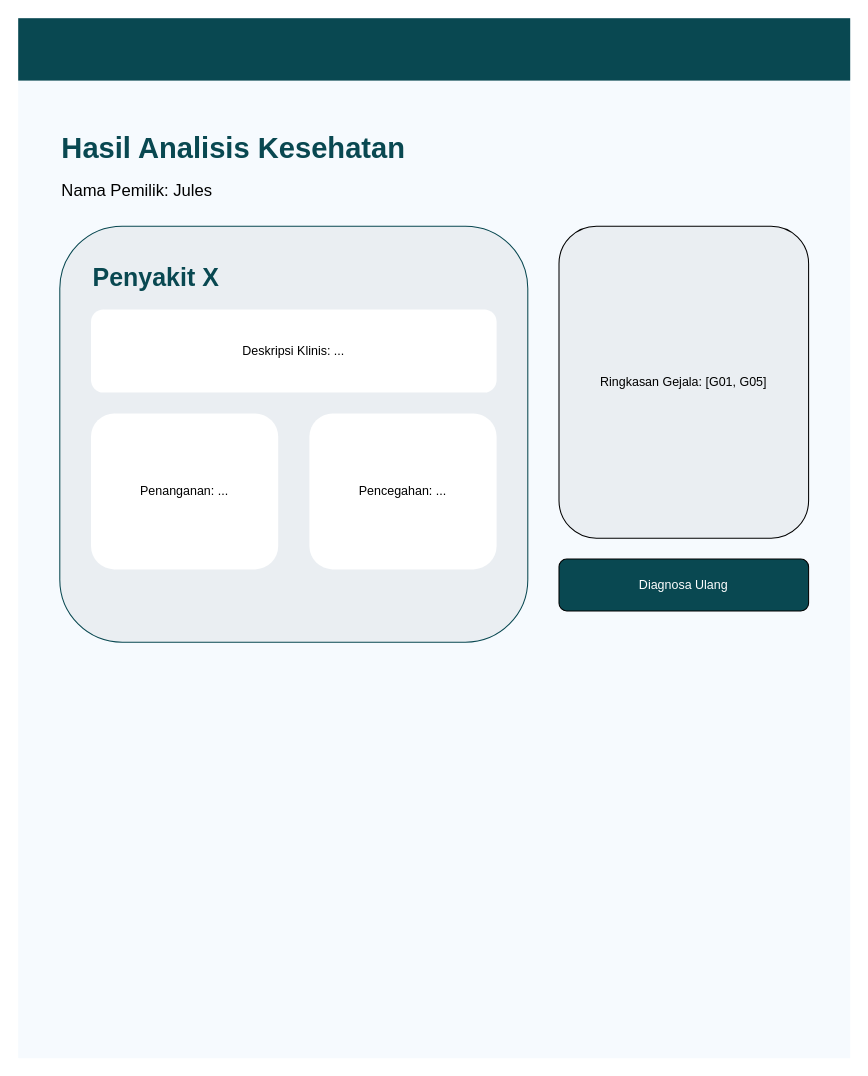
Above: diagram/desain/hasil.drawio in Jinsky/Jinsky (draw.io), before the change. Source tidied: cells renumbered, new cells numbered last; positions are measured from the earlier drawing's top-left corner, leaving out a move shared by most shapes. Both pictures are drawn from the tidied source at 104%, with x=0, y=0 at pixel (18, 18).
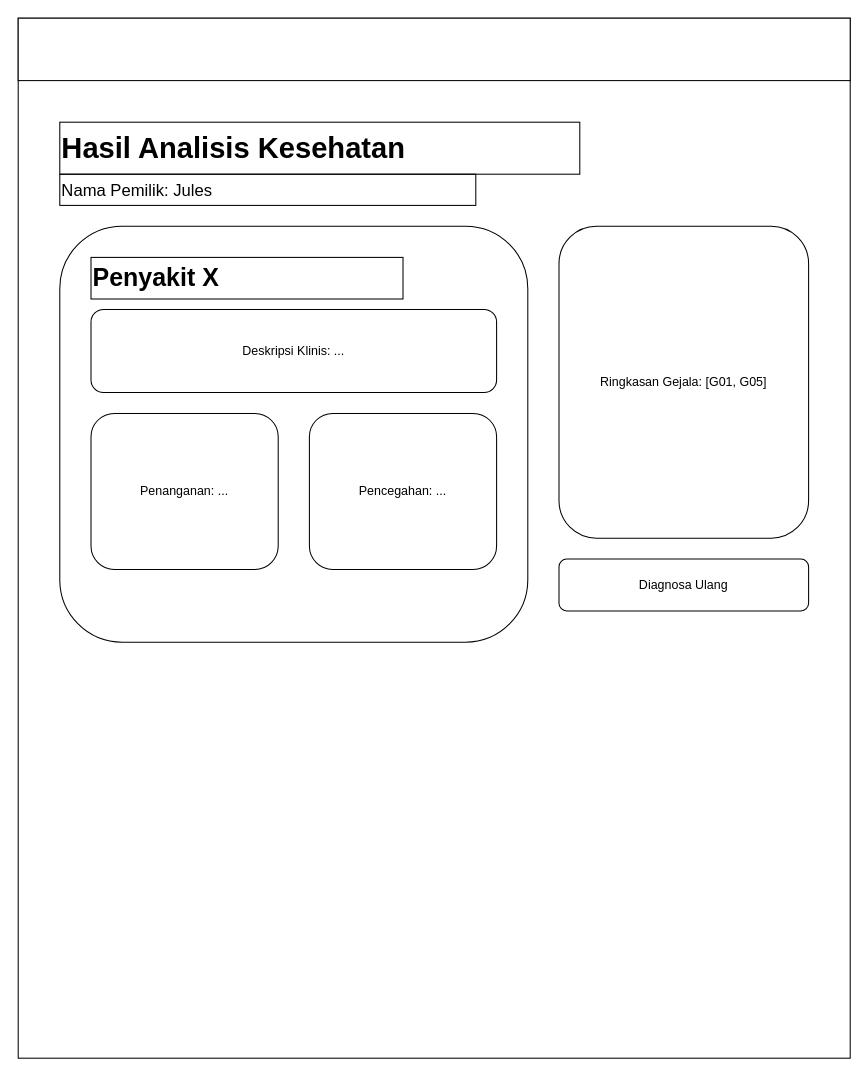
After the change.

Diff of the diagram source:
```diff
@@
 <mxGraphModel>
   <root>
     <mxCell id="0" />
     <mxCell id="1" parent="0" />
-    <mxCell id="2" style="rounded=0;whiteSpace=wrap;html=1;fillColor=#f6fafe;strokeColor=none;" parent="1" vertex="1">
+    <mxCell id="2" style="rounded=0;whiteSpace=wrap;html=1;fillColor=#ffffff;strokeColor=#000000;fontColor=#000000;" parent="1" vertex="1">
       <mxGeometry width="800" height="1000" as="geometry" />
     </mxCell>
-    <mxCell id="3" style="rounded=0;whiteSpace=wrap;html=1;fillColor=#094851;strokeColor=none;" parent="1" vertex="1">
+    <mxCell id="3" style="rounded=0;whiteSpace=wrap;html=1;fillColor=#ffffff;strokeColor=#000000;fontColor=#000000;" parent="1" vertex="1">
       <mxGeometry width="800" height="60" as="geometry" />
     </mxCell>
-    <mxCell id="4" value="&lt;b&gt;Hasil Analisis Kesehatan&lt;/b&gt;" style="text;html=1;strokeColor=none;fillColor=none;align=left;verticalAlign=middle;whiteSpace=wrap;rounded=0;fontSize=28;fontColor=#094851;" parent="1" vertex="1">
+    <mxCell id="4" value="&lt;b&gt;Hasil Analisis Kesehatan&lt;/b&gt;" style="text;html=1;strokeColor=#000000;fillColor=none;align=left;verticalAlign=middle;whiteSpace=wrap;rounded=0;fontSize=28;fontColor=#000000;" parent="1" vertex="1">
       <mxGeometry x="40" y="100" width="500" height="50" as="geometry" />
     </mxCell>
-    <mxCell id="5" value="Nama Pemilik: Jules" style="text;html=1;strokeColor=none;fillColor=none;align=left;verticalAlign=middle;whiteSpace=wrap;rounded=0;fontSize=16;" parent="1" vertex="1">
+    <mxCell id="5" value="Nama Pemilik: Jules" style="text;html=1;strokeColor=#000000;fillColor=none;align=left;verticalAlign=middle;whiteSpace=wrap;rounded=0;fontSize=16;fontColor=#000000;" parent="1" vertex="1">
       <mxGeometry x="40" y="150" width="400" height="30" as="geometry" />
     </mxCell>
-    <mxCell id="6" style="rounded=0;whiteSpace=wrap;html=1;fillColor=#eaeef2;rounded=1;borderLeft=4;strokeColor=#094851;" parent="1" vertex="1">
+    <mxCell id="6" style="rounded=1;whiteSpace=wrap;html=1;fillColor=#ffffff;borderLeft=4;strokeColor=#000000;fontColor=#000000;" parent="1" vertex="1">
       <mxGeometry x="40" y="200" width="450" height="400" as="geometry" />
     </mxCell>
-    <mxCell id="7" value="&lt;b&gt;Penyakit X&lt;/b&gt;" style="text;html=1;strokeColor=none;fillColor=none;align=left;verticalAlign=middle;whiteSpace=wrap;rounded=0;fontSize=24;fontColor=#094851;" parent="1" vertex="1">
+    <mxCell id="7" value="&lt;b&gt;Penyakit X&lt;/b&gt;" style="text;html=1;strokeColor=#000000;fillColor=none;align=left;verticalAlign=middle;whiteSpace=wrap;rounded=0;fontSize=24;fontColor=#000000;" parent="1" vertex="1">
       <mxGeometry x="70" y="230" width="300" height="40" as="geometry" />
     </mxCell>
-    <mxCell id="8" value="Deskripsi Klinis: ..." style="rounded=0;whiteSpace=wrap;html=1;fillColor=#ffffff;rounded=1;strokeColor=none;" parent="1" vertex="1">
+    <mxCell id="8" value="Deskripsi Klinis: ..." style="rounded=1;whiteSpace=wrap;html=1;fillColor=#ffffff;strokeColor=#000000;fontColor=#000000;" parent="1" vertex="1">
       <mxGeometry x="70" y="280" width="390" height="80" as="geometry" />
     </mxCell>
-    <mxCell id="9" value="Penanganan: ..." style="rounded=0;whiteSpace=wrap;html=1;fillColor=#ffffff;rounded=1;strokeColor=none;" parent="1" vertex="1">
+    <mxCell id="9" value="Penanganan: ..." style="rounded=1;whiteSpace=wrap;html=1;fillColor=#ffffff;strokeColor=#000000;fontColor=#000000;" parent="1" vertex="1">
       <mxGeometry x="70" y="380" width="180" height="150" as="geometry" />
     </mxCell>
-    <mxCell id="10" value="Pencegahan: ..." style="rounded=0;whiteSpace=wrap;html=1;fillColor=#ffffff;rounded=1;strokeColor=none;" parent="1" vertex="1">
+    <mxCell id="10" value="Pencegahan: ..." style="rounded=1;whiteSpace=wrap;html=1;fillColor=#ffffff;strokeColor=#000000;fontColor=#000000;" parent="1" vertex="1">
       <mxGeometry x="280" y="380" width="180" height="150" as="geometry" />
     </mxCell>
-    <mxCell id="11" value="Ringkasan Gejala: [G01, G05]" style="rounded=0;whiteSpace=wrap;html=1;fillColor=#eaeef2;rounded=1;" parent="1" vertex="1">
+    <mxCell id="11" value="Ringkasan Gejala: [G01, G05]" style="rounded=1;whiteSpace=wrap;html=1;fillColor=#ffffff;strokeColor=#000000;fontColor=#000000;" parent="1" vertex="1">
       <mxGeometry x="520" y="200" width="240" height="300" as="geometry" />
     </mxCell>
-    <mxCell id="12" value="Diagnosa Ulang" style="rounded=0;whiteSpace=wrap;html=1;fillColor=#094851;fontColor=#ffffff;rounded=1;" parent="1" vertex="1">
+    <mxCell id="12" value="Diagnosa Ulang" style="rounded=1;whiteSpace=wrap;html=1;fillColor=#ffffff;fontColor=#000000;strokeColor=#000000;" parent="1" vertex="1">
       <mxGeometry x="520" y="520" width="240" height="50" as="geometry" />
     </mxCell>
   </root>
 </mxGraphModel>
```
